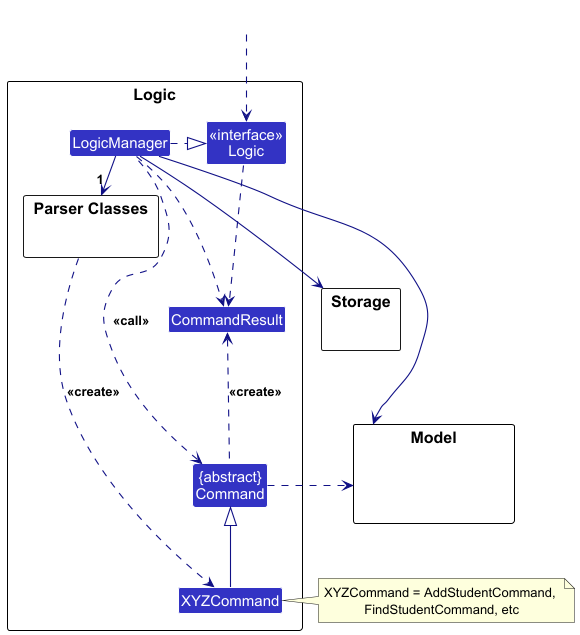
Above: docs/images/LogicClassDiagram.png in nicholasohjj/tp (PlantUML), before the change. The source it was exported from:
```plantuml
@startuml
!include style.puml
skinparam arrowThickness 1.1
skinparam arrowColor LOGIC_COLOR_T4
skinparam classBackgroundColor LOGIC_COLOR

package Logic as LogicPackage {

package "Parser Classes" as ParserClasses{
}
Class XYZCommand
Class CommandResult
Class "{abstract}\nCommand" as Command


Class "<<interface>>\nLogic" as Logic
Class LogicManager
}

package Model {
Class HiddenModel #FFFFFF
}

package Storage {
}

Class HiddenOutside #FFFFFF
HiddenOutside ..> Logic

LogicManager .right.|> Logic
LogicManager -right->"1" ParserClasses
ParserClasses ..> XYZCommand : <<create>>

XYZCommand -up-|> Command
LogicManager .left.> Command : <<call>>

LogicManager --> Model
LogicManager --> Storage
Storage --[hidden] Model
Command .[hidden]up.> Storage
Command .right.> Model
note right of XYZCommand: XYZCommand = AddStudentCommand, \nFindStudentCommand, etc

Logic ..> CommandResult
LogicManager .down.> CommandResult
Command .up.> CommandResult : <<create>>
@enduml
```
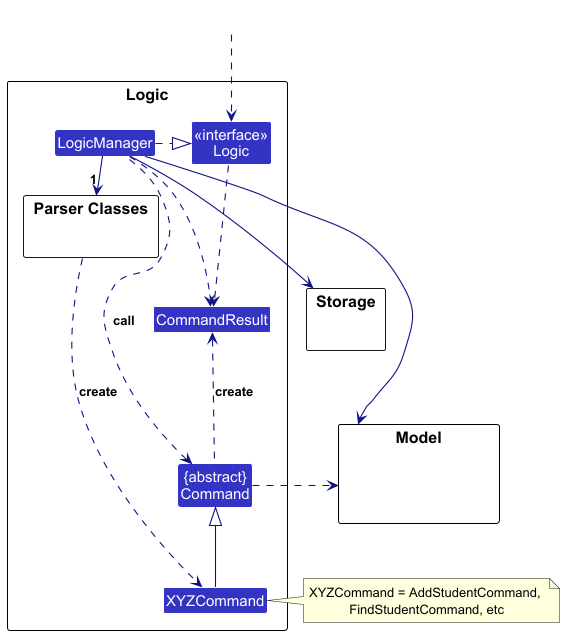
The same diagram one commit later.

Commit message:
Update UML diagram image

Change to the diagram source:
```diff
@@ -29,10 +29,10 @@
 
 LogicManager .right.|> Logic
 LogicManager -right->"1" ParserClasses
-ParserClasses ..> XYZCommand : <<create>>
+ParserClasses ..> XYZCommand : create
 
 XYZCommand -up-|> Command
-LogicManager .left.> Command : <<call>>
+LogicManager .left.> Command : call
 
 LogicManager --> Model
 LogicManager --> Storage
@@ -43,5 +43,5 @@
 
 Logic ..> CommandResult
 LogicManager .down.> CommandResult
-Command .up.> CommandResult : <<create>>
+Command .up.> CommandResult : create
 @enduml
```
